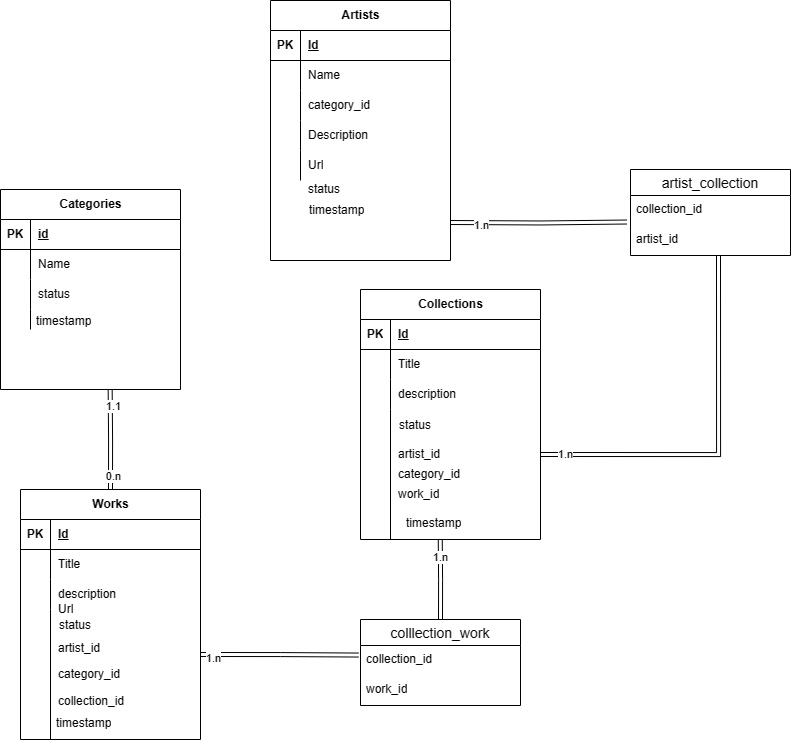
This is mcd.drawio.png from sandrajade/Atelierdusud, a draw.io export, as it was before one commit. Source tidied: cells renumbered, new cells last; positions are measured from the earlier drawing's top-left corner, leaving out a move shared by most shapes.
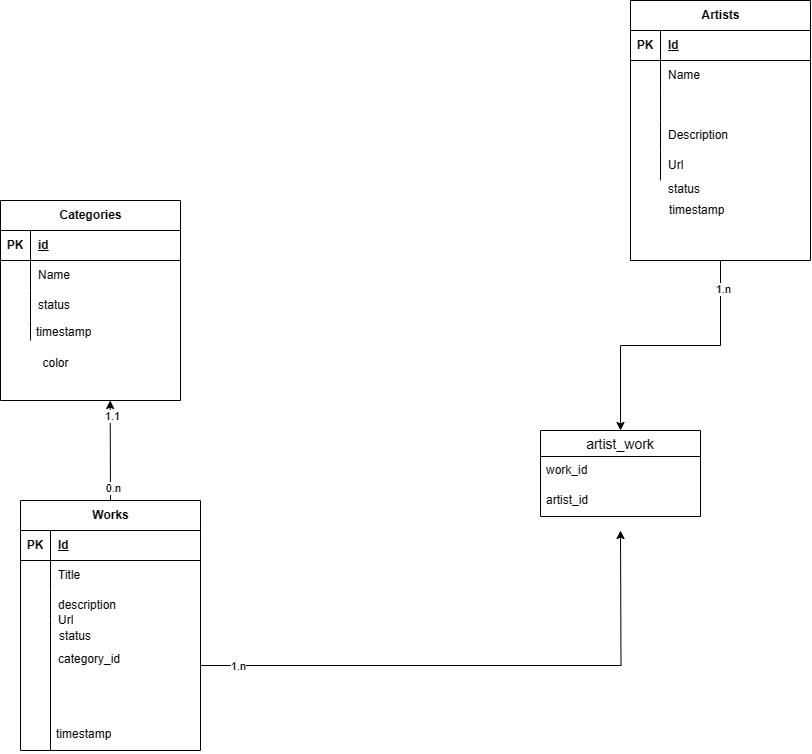
After the change.

The edit, as a diff of the source:
```diff
@@ -41,8 +41,14 @@
     <mxCell id="14" style="shape=partialRectangle;fillColor=none;top=0;left=0;bottom=0;right=0;align=left;spacingLeft=6;overflow=hidden;whiteSpace=wrap;html=1;" parent="12" vertex="1">
       <mxGeometry x="30" width="150" height="20" as="geometry" />
     </mxCell>
+    <mxCell id="100" style="edgeStyle=orthogonalEdgeStyle;rounded=0;jettySize=auto;html=1;exitX=0.5;exitY=1;exitDx=0;exitDy=0;entryX=0.5;entryY=0;entryDx=0;entryDy=0;" parent="1" edge="1" source="15" target="93">
+      <mxGeometry relative="1" as="geometry" />
+    </mxCell>
+    <mxCell id="101" value="1.n" style="edgeLabel;html=1;align=center;verticalAlign=middle;" parent="100" vertex="1">
+      <mxGeometry x="-0.79" y="2" relative="1" as="geometry" />
+    </mxCell>
     <mxCell id="15" value="Artists" style="shape=table;startSize=30;rowLines=0;fontStyle=1;align=center;html=1;" parent="1" vertex="1">
-      <mxGeometry x="270" width="180" height="260" as="geometry" />
+      <mxGeometry x="630" y="-11" width="180" height="260" as="geometry" />
     </mxCell>
     <mxCell id="16" style="shape=tableRow;horizontal=0;startSize=0;swimlaneHead=0;swimlaneBody=0;fillColor=none;top=0;left=0;right=0;bottom=1;" parent="15" vertex="1">
       <mxGeometry y="30" width="180" height="30" as="geometry" />
@@ -68,7 +74,7 @@
     <mxCell id="23" style="shape=partialRectangle;fillColor=none;top=0;left=0;bottom=0;right=0;overflow=hidden;whiteSpace=wrap;html=1;" parent="22" vertex="1">
       <mxGeometry width="30" height="30" as="geometry" />
     </mxCell>
-    <mxCell id="24" value="category_id" style="shape=partialRectangle;fillColor=none;top=0;left=0;bottom=0;right=0;align=left;spacingLeft=6;overflow=hidden;whiteSpace=wrap;html=1;" parent="22" vertex="1">
+    <mxCell id="24" style="shape=partialRectangle;fillColor=none;top=0;left=0;bottom=0;right=0;align=left;spacingLeft=6;overflow=hidden;whiteSpace=wrap;html=1;" parent="22" vertex="1">
       <mxGeometry x="30" width="150" height="30" as="geometry" />
     </mxCell>
     <mxCell id="25" style="shape=tableRow;horizontal=0;startSize=0;swimlaneHead=0;swimlaneBody=0;fillColor=none;top=0;left=0;right=0;bottom=0;" parent="15" vertex="1">
@@ -89,74 +95,8 @@
     <mxCell id="30" value="Url" style="shape=partialRectangle;fillColor=none;top=0;left=0;bottom=0;right=0;align=left;spacingLeft=6;overflow=hidden;whiteSpace=wrap;html=1;" parent="28" vertex="1">
       <mxGeometry x="30" width="150" height="30" as="geometry" />
     </mxCell>
-    <mxCell id="31" value="Collections" style="shape=table;startSize=30;rowLines=0;fontStyle=1;align=center;html=1;" parent="1" vertex="1">
-      <mxGeometry x="360" y="289" width="180" height="250" as="geometry" />
-    </mxCell>
-    <mxCell id="32" style="shape=tableRow;horizontal=0;startSize=0;swimlaneHead=0;swimlaneBody=0;fillColor=none;top=0;left=0;right=0;bottom=1;" parent="31" vertex="1">
-      <mxGeometry y="30" width="180" height="30" as="geometry" />
-    </mxCell>
-    <mxCell id="33" value="PK" style="shape=partialRectangle;fillColor=none;top=0;left=0;bottom=0;right=0;fontStyle=1;overflow=hidden;whiteSpace=wrap;html=1;" parent="32" vertex="1">
-      <mxGeometry width="30" height="30" as="geometry" />
-    </mxCell>
-    <mxCell id="34" value="Id" style="shape=partialRectangle;fillColor=none;top=0;left=0;bottom=0;right=0;align=left;spacingLeft=6;fontStyle=5;overflow=hidden;whiteSpace=wrap;html=1;" parent="32" vertex="1">
-      <mxGeometry x="30" width="150" height="30" as="geometry" />
-    </mxCell>
-    <mxCell id="35" style="shape=tableRow;horizontal=0;startSize=0;swimlaneHead=0;swimlaneBody=0;fillColor=none;top=0;left=0;right=0;bottom=0;" parent="31" vertex="1">
-      <mxGeometry y="60" width="180" height="30" as="geometry" />
-    </mxCell>
-    <mxCell id="36" style="shape=partialRectangle;fillColor=none;top=0;left=0;bottom=0;right=0;overflow=hidden;whiteSpace=wrap;html=1;" parent="35" vertex="1">
-      <mxGeometry width="30" height="30" as="geometry" />
-    </mxCell>
-    <mxCell id="37" value="Title" style="shape=partialRectangle;fillColor=none;top=0;left=0;bottom=0;right=0;align=left;spacingLeft=6;overflow=hidden;whiteSpace=wrap;html=1;" parent="35" vertex="1">
-      <mxGeometry x="30" width="150" height="30" as="geometry" />
-    </mxCell>
-    <mxCell id="38" style="shape=tableRow;horizontal=0;startSize=0;swimlaneHead=0;swimlaneBody=0;fillColor=none;top=0;left=0;right=0;bottom=0;" parent="31" vertex="1">
-      <mxGeometry y="90" width="180" height="30" as="geometry" />
-    </mxCell>
-    <mxCell id="39" style="shape=partialRectangle;fillColor=none;top=0;left=0;bottom=0;right=0;overflow=hidden;whiteSpace=wrap;html=1;" parent="38" vertex="1">
-      <mxGeometry width="30" height="30" as="geometry" />
-    </mxCell>
-    <mxCell id="40" value="description" style="shape=partialRectangle;fillColor=none;top=0;left=0;bottom=0;right=0;align=left;spacingLeft=6;overflow=hidden;whiteSpace=wrap;html=1;" parent="38" vertex="1">
-      <mxGeometry x="30" width="150" height="30" as="geometry" />
-    </mxCell>
-    <mxCell id="41" style="shape=tableRow;horizontal=0;startSize=0;swimlaneHead=0;swimlaneBody=0;fillColor=none;top=0;left=0;right=0;bottom=0;" parent="31" vertex="1">
-      <mxGeometry y="120" width="180" height="130" as="geometry" />
-    </mxCell>
-    <mxCell id="42" style="shape=partialRectangle;fillColor=none;top=0;left=0;bottom=0;right=0;overflow=hidden;whiteSpace=wrap;html=1;" parent="41" vertex="1">
-      <mxGeometry width="30" height="130" as="geometry" />
-    </mxCell>
-    <mxCell id="43" value="category_id" style="shape=partialRectangle;fillColor=none;top=0;left=0;bottom=0;right=0;align=left;spacingLeft=6;overflow=hidden;whiteSpace=wrap;html=1;" parent="41" vertex="1">
-      <mxGeometry x="30" width="150" height="130" as="geometry" />
-    </mxCell>
-    <mxCell id="44" style="shape=tableRow;horizontal=0;startSize=0;swimlaneHead=0;swimlaneBody=0;fillColor=none;top=0;left=0;right=0;bottom=0;" parent="1" vertex="1">
-      <mxGeometry x="361" y="410" width="180" height="30" as="geometry" />
-    </mxCell>
-    <mxCell id="45" style="shape=partialRectangle;fillColor=none;top=0;left=0;bottom=0;right=0;overflow=hidden;whiteSpace=wrap;html=1;" parent="44" vertex="1">
-      <mxGeometry width="30" height="30" as="geometry" />
-    </mxCell>
-    <mxCell id="46" value="status" style="shape=partialRectangle;fillColor=none;top=0;left=0;bottom=0;right=0;align=left;spacingLeft=6;overflow=hidden;whiteSpace=wrap;html=1;" parent="44" vertex="1">
-      <mxGeometry x="30" width="150" height="30" as="geometry" />
-    </mxCell>
-    <mxCell id="47" style="shape=tableRow;horizontal=0;startSize=0;swimlaneHead=0;swimlaneBody=0;fillColor=none;points=[[0,0.5],[1,0.5]];portConstraint=eastwest;top=0;left=0;right=0;bottom=0;" parent="1" vertex="1">
-      <mxGeometry x="360" y="439" width="180" height="30" as="geometry" />
-    </mxCell>
-    <mxCell id="48" style="shape=partialRectangle;fillColor=none;top=0;left=0;bottom=0;right=0;overflow=hidden;whiteSpace=wrap;html=1;" parent="47" vertex="1">
-      <mxGeometry width="30" height="30" as="geometry" />
-    </mxCell>
-    <mxCell id="49" value="artist_id" style="shape=partialRectangle;fillColor=none;top=0;left=0;bottom=0;right=0;align=left;spacingLeft=6;overflow=hidden;whiteSpace=wrap;html=1;" parent="47" vertex="1">
-      <mxGeometry x="30" width="150" height="30" as="geometry" />
-    </mxCell>
-    <mxCell id="50" style="shape=tableRow;horizontal=0;startSize=0;swimlaneHead=0;swimlaneBody=0;fillColor=none;top=0;left=0;right=0;bottom=0;" parent="1" vertex="1">
-      <mxGeometry x="360" y="479" width="180" height="30" as="geometry" />
-    </mxCell>
-    <mxCell id="51" style="shape=partialRectangle;fillColor=none;top=0;left=0;bottom=0;right=0;overflow=hidden;whiteSpace=wrap;html=1;" parent="50" vertex="1">
-      <mxGeometry width="30" height="30" as="geometry" />
-    </mxCell>
-    <mxCell id="52" value="work_id" style="shape=partialRectangle;fillColor=none;top=0;left=0;bottom=0;right=0;align=left;spacingLeft=6;overflow=hidden;whiteSpace=wrap;html=1;" parent="50" vertex="1">
-      <mxGeometry x="30" width="150" height="30" as="geometry" />
-    </mxCell>
     <mxCell id="53" style="shape=tableRow;horizontal=0;startSize=0;swimlaneHead=0;swimlaneBody=0;fillColor=none;top=0;left=0;right=0;bottom=0;" parent="1" vertex="1">
-      <mxGeometry x="270" y="189" width="180" height="30" as="geometry" />
+      <mxGeometry x="630" y="178" width="180" height="30" as="geometry" />
     </mxCell>
     <mxCell id="54" style="shape=partialRectangle;fillColor=none;top=0;left=0;bottom=0;right=0;overflow=hidden;whiteSpace=wrap;html=1;" parent="53" vertex="1">
       <mxGeometry width="30" height="30" as="geometry" />
@@ -164,7 +104,7 @@
     <mxCell id="55" value="status" style="shape=partialRectangle;fillColor=none;top=0;left=0;bottom=0;right=0;align=left;spacingLeft=6;overflow=hidden;whiteSpace=wrap;html=1;" parent="53" vertex="1">
       <mxGeometry x="30" y="-15" width="150" height="30" as="geometry" />
     </mxCell>
-    <mxCell id="56" style="edgeStyle=orthogonalEdgeStyle;rounded=0;jettySize=auto;html=1;exitX=0.5;exitY=0;exitDx=0;exitDy=0;shape=link;" parent="1" edge="1" source="59">
+    <mxCell id="56" style="rounded=0;jettySize=auto;html=1;exitX=0.5;exitY=0;exitDx=0;exitDy=0;" parent="1" edge="1" source="59">
       <mxGeometry relative="1" as="geometry">
         <mxPoint x="109.7" y="389" as="targetPoint" />
       </mxGeometry>
@@ -211,7 +151,7 @@
     <mxCell id="70" style="shape=partialRectangle;fillColor=none;top=0;left=0;bottom=0;right=0;overflow=hidden;whiteSpace=wrap;html=1;" parent="69" vertex="1">
       <mxGeometry width="30" height="130" as="geometry" />
     </mxCell>
-    <mxCell id="71" value="category_id" style="shape=partialRectangle;fillColor=none;top=0;left=0;bottom=0;right=0;align=left;spacingLeft=6;overflow=hidden;whiteSpace=wrap;html=1;" parent="69" vertex="1">
+    <mxCell id="71" style="shape=partialRectangle;fillColor=none;top=0;left=0;bottom=0;right=0;align=left;spacingLeft=6;overflow=hidden;whiteSpace=wrap;html=1;" parent="69" vertex="1">
       <mxGeometry x="30" width="150" height="130" as="geometry" />
     </mxCell>
     <mxCell id="72" style="shape=tableRow;horizontal=0;startSize=0;swimlaneHead=0;swimlaneBody=0;fillColor=none;top=0;left=0;right=0;bottom=0;" parent="1" vertex="1">
@@ -223,13 +163,23 @@
     <mxCell id="74" value="status" style="shape=partialRectangle;fillColor=none;top=0;left=0;bottom=0;right=0;align=left;spacingLeft=6;overflow=hidden;whiteSpace=wrap;html=1;" parent="72" vertex="1">
       <mxGeometry x="30" width="150" height="30" as="geometry" />
     </mxCell>
+    <mxCell id="102" style="edgeStyle=orthogonalEdgeStyle;rounded=0;jettySize=auto;html=1;exitX=1;exitY=0.5;exitDx=0;exitDy=0;" parent="1" edge="1" source="75">
+      <mxGeometry relative="1" as="geometry">
+        <mxPoint x="620" y="519" as="targetPoint" />
+      </mxGeometry>
+    </mxCell>
+    <mxCell id="103" value="1.n" style="edgeLabel;html=1;align=center;verticalAlign=middle;" parent="102" vertex="1">
+      <mxGeometry x="-0.86" relative="1" as="geometry">
+        <mxPoint x="-1" as="offset" />
+      </mxGeometry>
+    </mxCell>
     <mxCell id="75" style="shape=tableRow;horizontal=0;startSize=0;swimlaneHead=0;swimlaneBody=0;fillColor=none;points=[[0,0.5],[1,0.5]];portConstraint=eastwest;top=0;left=0;right=0;bottom=0;" parent="1" vertex="1">
       <mxGeometry x="20" y="639" width="180" height="30" as="geometry" />
     </mxCell>
     <mxCell id="76" style="shape=partialRectangle;fillColor=none;top=0;left=0;bottom=0;right=0;overflow=hidden;whiteSpace=wrap;html=1;" parent="75" vertex="1">
       <mxGeometry width="30" height="30" as="geometry" />
     </mxCell>
-    <mxCell id="77" value="artist_id" style="shape=partialRectangle;fillColor=none;top=0;left=0;bottom=0;right=0;align=left;spacingLeft=6;overflow=hidden;whiteSpace=wrap;html=1;" parent="75" vertex="1">
+    <mxCell id="77" value="category_id" style="shape=partialRectangle;fillColor=none;top=0;left=0;bottom=0;right=0;align=left;spacingLeft=6;overflow=hidden;whiteSpace=wrap;html=1;" parent="75" vertex="1">
       <mxGeometry x="30" y="-6" width="150" height="30" as="geometry" />
     </mxCell>
     <mxCell id="78" style="shape=tableRow;horizontal=0;startSize=0;swimlaneHead=0;swimlaneBody=0;fillColor=none;top=0;left=0;right=0;bottom=0;" parent="1" vertex="1">
@@ -238,67 +188,32 @@
     <mxCell id="79" style="shape=partialRectangle;fillColor=none;top=0;left=0;bottom=0;right=0;overflow=hidden;whiteSpace=wrap;html=1;" parent="78" vertex="1">
       <mxGeometry width="30" height="30" as="geometry" />
     </mxCell>
-    <mxCell id="80" value="collection_id" style="shape=partialRectangle;fillColor=none;top=0;left=0;bottom=0;right=0;align=left;spacingLeft=6;overflow=hidden;whiteSpace=wrap;html=1;" parent="78" vertex="1">
-      <mxGeometry x="30" y="7" width="150" height="30" as="geometry" />
+    <mxCell id="80" style="shape=partialRectangle;fillColor=none;top=0;left=0;bottom=0;right=0;align=left;spacingLeft=6;overflow=hidden;whiteSpace=wrap;html=1;" parent="78" vertex="1">
+      <mxGeometry x="30" y="-1" width="150" height="30" as="geometry" />
     </mxCell>
-    <mxCell id="81" value="timestamp" style="text;strokeColor=none;fillColor=none;spacingLeft=4;spacingRight=4;overflow=hidden;points=[[0,0.5],[1,0.5]];portConstraint=eastwest;fontSize=12;whiteSpace=wrap;html=1;" parent="1" vertex="1">
-      <mxGeometry x="400" y="509" width="140" height="30" as="geometry" />
-    </mxCell>
     <mxCell id="82" value="timestamp" style="text;strokeColor=none;fillColor=none;spacingLeft=4;spacingRight=4;overflow=hidden;fontSize=12;whiteSpace=wrap;html=1;" parent="1" vertex="1">
       <mxGeometry x="50" y="709" width="150" height="30" as="geometry" />
     </mxCell>
     <mxCell id="83" value="timestamp" style="text;strokeColor=none;fillColor=none;spacingLeft=4;spacingRight=4;overflow=hidden;fontSize=12;whiteSpace=wrap;html=1;" parent="1" vertex="1">
-      <mxGeometry x="303" y="196" width="140" height="30" as="geometry" />
+      <mxGeometry x="663" y="185" width="140" height="30" as="geometry" />
     </mxCell>
     <mxCell id="84" value="timestamp" style="text;strokeColor=none;fillColor=none;spacingLeft=4;spacingRight=4;overflow=hidden;fontSize=12;whiteSpace=wrap;html=1;" parent="1" vertex="1">
       <mxGeometry x="30" y="307" width="140" height="30" as="geometry" />
     </mxCell>
-    <mxCell id="85" value="colllection_work" style="swimlane;fontStyle=0;horizontal=1;startSize=26;align=center;fontSize=14;" parent="1" vertex="1">
-      <mxGeometry x="360" y="619" width="160" height="86" as="geometry" />
-    </mxCell>
-    <mxCell id="86" value="collection_id" style="text;strokeColor=none;fillColor=none;spacingLeft=4;spacingRight=4;overflow=hidden;points=[[0,0.5],[1,0.5]];portConstraint=eastwest;fontSize=12;whiteSpace=wrap;html=1;" parent="85" vertex="1">
-      <mxGeometry y="26" width="160" height="30" as="geometry" />
-    </mxCell>
-    <mxCell id="87" value="work_id" style="text;strokeColor=none;fillColor=none;spacingLeft=4;spacingRight=4;overflow=hidden;fontSize=12;whiteSpace=wrap;html=1;" parent="85" vertex="1">
-      <mxGeometry y="56" width="160" height="30" as="geometry" />
-    </mxCell>
-    <mxCell id="88" style="edgeStyle=orthogonalEdgeStyle;rounded=0;jettySize=auto;html=1;exitX=1;exitY=0.5;exitDx=0;exitDy=0;entryX=-0.013;entryY=0.318;entryDx=0;entryDy=0;entryPerimeter=0;shape=link;" parent="1" edge="1" source="75" target="86">
-      <mxGeometry relative="1" as="geometry" />
-    </mxCell>
-    <mxCell id="89" value="1.n" style="edgeLabel;html=1;align=center;verticalAlign=middle;" parent="88" vertex="1">
-      <mxGeometry x="-0.84" y="-3" relative="1" as="geometry" />
-    </mxCell>
-    <mxCell id="90" style="edgeStyle=orthogonalEdgeStyle;rounded=0;jettySize=auto;html=1;exitX=0.5;exitY=0;exitDx=0;exitDy=0;entryX=0.284;entryY=1;entryDx=0;entryDy=0;entryPerimeter=0;shape=link;" parent="1" edge="1" source="85" target="81">
-      <mxGeometry relative="1" as="geometry" />
-    </mxCell>
-    <mxCell id="91" value="1.n" style="edgeLabel;html=1;align=center;verticalAlign=middle;" parent="90" vertex="1">
-      <mxGeometry x="0.56" relative="1" as="geometry" />
-    </mxCell>
     <mxCell id="92" value="Url" style="shape=partialRectangle;fillColor=none;top=0;left=0;bottom=0;right=0;align=left;spacingLeft=6;overflow=hidden;whiteSpace=wrap;html=1;" parent="1" vertex="1">
       <mxGeometry x="50" y="594" width="150" height="30" as="geometry" />
     </mxCell>
-    <mxCell id="93" value="artist_collection" style="swimlane;fontStyle=0;horizontal=1;startSize=26;align=center;fontSize=14;" parent="1" vertex="1">
-      <mxGeometry x="630" y="169" width="160" height="86" as="geometry" />
+    <mxCell id="93" value="artist_work" style="swimlane;fontStyle=0;horizontal=1;startSize=26;align=center;fontSize=14;" parent="1" vertex="1">
+      <mxGeometry x="540" y="419" width="160" height="86" as="geometry" />
     </mxCell>
-    <mxCell id="94" value="collection_id" style="text;strokeColor=none;fillColor=none;spacingLeft=4;spacingRight=4;overflow=hidden;points=[[0,0.5],[1,0.5]];portConstraint=eastwest;fontSize=12;whiteSpace=wrap;html=1;" parent="93" vertex="1">
+    <mxCell id="94" value="work_id" style="text;strokeColor=none;fillColor=none;spacingLeft=4;spacingRight=4;overflow=hidden;points=[[0,0.5],[1,0.5]];portConstraint=eastwest;fontSize=12;whiteSpace=wrap;html=1;" parent="93" vertex="1">
       <mxGeometry y="26" width="160" height="30" as="geometry" />
     </mxCell>
     <mxCell id="95" value="artist_id" style="text;strokeColor=none;fillColor=none;spacingLeft=4;spacingRight=4;overflow=hidden;points=[[0,0.5],[1,0.5]];portConstraint=eastwest;fontSize=12;whiteSpace=wrap;html=1;" parent="93" vertex="1">
       <mxGeometry y="56" width="160" height="30" as="geometry" />
     </mxCell>
-    <mxCell id="96" style="edgeStyle=orthogonalEdgeStyle;rounded=0;jettySize=auto;html=1;exitX=1;exitY=0.5;exitDx=0;exitDy=0;entryX=-0.024;entryY=0.884;entryDx=0;entryDy=0;entryPerimeter=0;shape=link;" parent="1" edge="1" target="94">
-      <mxGeometry relative="1" as="geometry">
-        <mxPoint x="450" y="222" as="sourcePoint" />
-      </mxGeometry>
-    </mxCell>
-    <mxCell id="97" value="1.n" style="edgeLabel;html=1;align=center;verticalAlign=middle;" parent="96" vertex="1">
-      <mxGeometry x="-0.65" y="-2" relative="1" as="geometry" />
-    </mxCell>
-    <mxCell id="98" style="edgeStyle=orthogonalEdgeStyle;rounded=0;jettySize=auto;html=1;exitX=1;exitY=0.5;exitDx=0;exitDy=0;entryX=0.55;entryY=1.01;entryDx=0;entryDy=0;entryPerimeter=0;shape=link;" parent="1" edge="1" source="47" target="95">
-      <mxGeometry relative="1" as="geometry" />
-    </mxCell>
-    <mxCell id="99" value="1.n" style="edgeLabel;html=1;align=center;verticalAlign=middle;" parent="98" vertex="1">
-      <mxGeometry x="-0.87" y="1" relative="1" as="geometry" />
-    </mxCell>
+    <mxCell id="104" value="color" style="text;html=1;align=center;verticalAlign=middle;strokeColor=none;fillColor=none;" parent="1" vertex="1">
+      <mxGeometry x="30" y="337" width="50" height="30" as="geometry" />
+    </mxCell>
   </root>
 </mxGraphModel>
```
